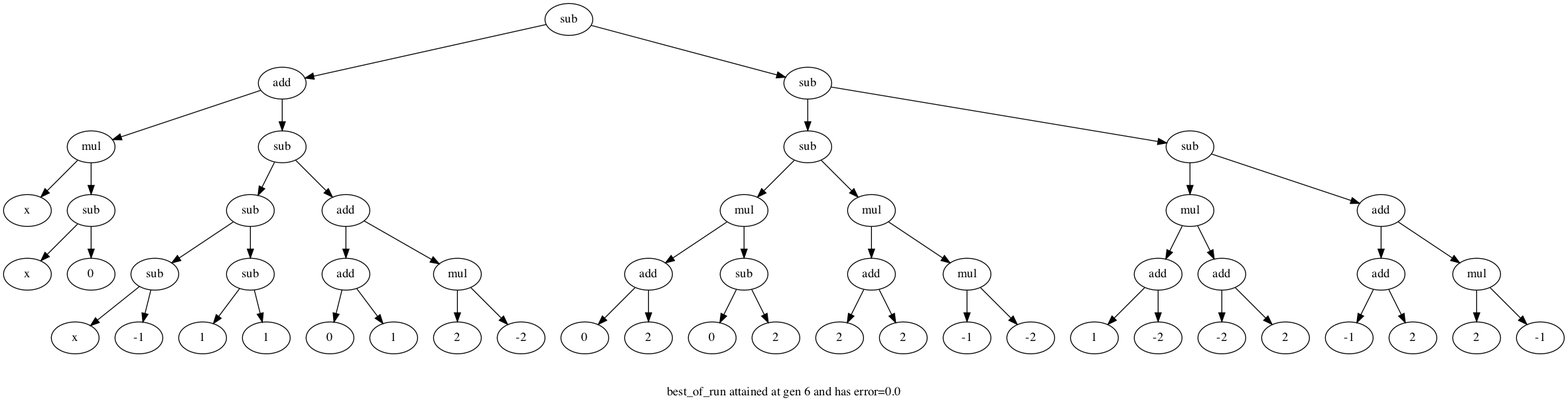
Above: best_of_run.gv.png in hyw1994/tiny_gp (Graphviz), before the change. Its source is kept beside it as best_of_run.gv.
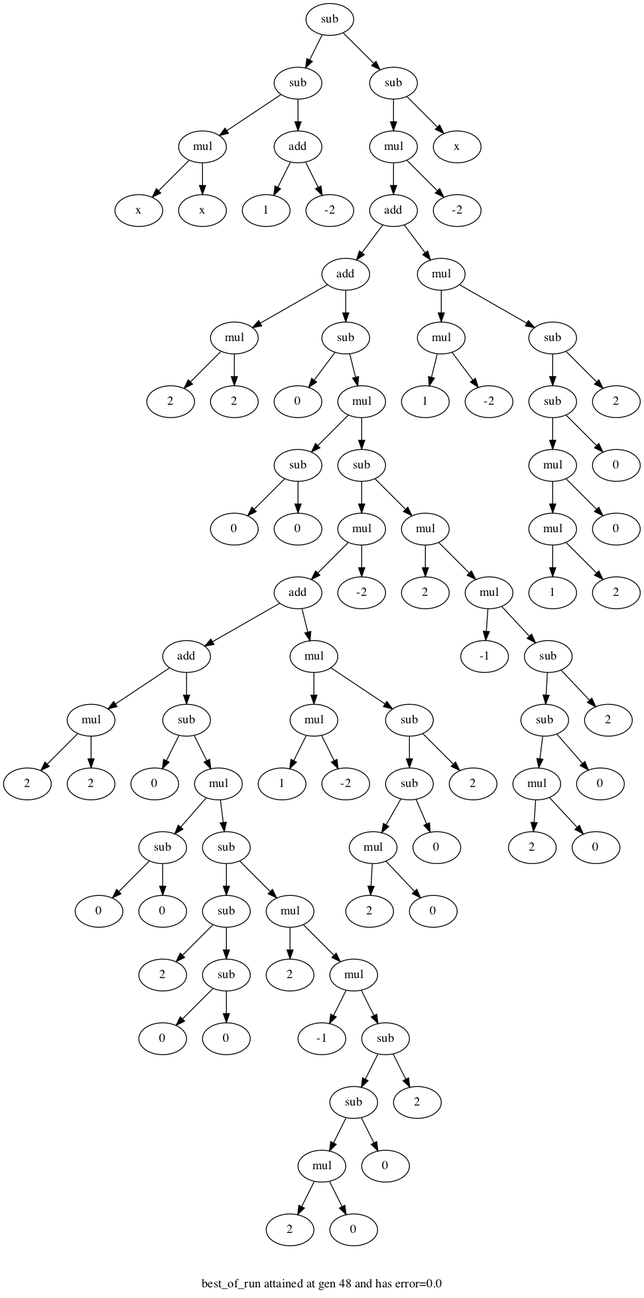
After the change.

The edit, as a diff of the source:
```diff
@@ -1,60 +1,60 @@
 digraph {
 	graph [label="
 
-best_of_run attained at gen 6 and has error=0.0"]
+best_of_run attained at gen 48 and has error=0.0"]
 	0 [label=sub]
 	0 -> 1
-	1 [label=add]
+	1 [label=sub]
 	1 -> 2
 	2 [label=mul]
 	2 -> 3
 	3 [label=x]
 	2 -> 4
-	4 [label=sub]
-	4 -> 5
-	5 [label=x]
-	4 -> 6
-	6 [label=0]
-	1 -> 7
-	7 [label=sub]
-	7 -> 8
+	4 [label=x]
+	1 -> 5
+	5 [label=add]
+	5 -> 6
+	6 [label=1]
+	5 -> 7
+	7 [label=-2]
+	0 -> 8
 	8 [label=sub]
 	8 -> 9
-	9 [label=sub]
+	9 [label=mul]
 	9 -> 10
-	10 [label=x]
-	9 -> 11
-	11 [label=-1]
-	8 -> 12
-	12 [label=sub]
+	10 [label=add]
+	10 -> 11
+	11 [label=add]
+	11 -> 12
+	12 [label=mul]
 	12 -> 13
-	13 [label=1]
+	13 [label=2]
 	12 -> 14
-	14 [label=1]
-	7 -> 15
-	15 [label=add]
+	14 [label=2]
+	11 -> 15
+	15 [label=sub]
 	15 -> 16
-	16 [label=add]
-	16 -> 17
-	17 [label=0]
-	16 -> 18
-	18 [label=1]
-	15 -> 19
-	19 [label=mul]
-	19 -> 20
-	20 [label=2]
-	19 -> 21
-	21 [label=-2]
-	0 -> 22
-	22 [label=sub]
+	16 [label=0]
+	15 -> 17
+	17 [label=mul]
+	17 -> 18
+	18 [label=sub]
+	18 -> 19
+	19 [label=0]
+	18 -> 20
+	20 [label=0]
+	17 -> 21
+	21 [label=sub]
+	21 -> 22
+	22 [label=mul]
 	22 -> 23
-	23 [label=sub]
+	23 [label=add]
 	23 -> 24
-	24 [label=mul]
+	24 [label=add]
 	24 -> 25
-	25 [label=add]
+	25 [label=mul]
 	25 -> 26
-	26 [label=0]
+	26 [label=2]
 	25 -> 27
 	27 [label=2]
 	24 -> 28
@@ -62,49 +62,121 @@
 	28 -> 29
 	29 [label=0]
 	28 -> 30
-	30 [label=2]
-	23 -> 31
-	31 [label=mul]
+	30 [label=mul]
+	30 -> 31
+	31 [label=sub]
 	31 -> 32
-	32 [label=add]
-	32 -> 33
-	33 [label=2]
-	32 -> 34
-	34 [label=2]
-	31 -> 35
-	35 [label=mul]
+	32 [label=0]
+	31 -> 33
+	33 [label=0]
+	30 -> 34
+	34 [label=sub]
+	34 -> 35
+	35 [label=sub]
 	35 -> 36
-	36 [label=-1]
+	36 [label=2]
 	35 -> 37
-	37 [label=-2]
-	22 -> 38
-	38 [label=sub]
-	38 -> 39
-	39 [label=mul]
-	39 -> 40
-	40 [label=add]
+	37 [label=sub]
+	37 -> 38
+	38 [label=0]
+	37 -> 39
+	39 [label=0]
+	34 -> 40
+	40 [label=mul]
 	40 -> 41
-	41 [label=1]
+	41 [label=2]
 	40 -> 42
-	42 [label=-2]
-	39 -> 43
-	43 [label=add]
-	43 -> 44
-	44 [label=-2]
-	43 -> 45
-	45 [label=2]
-	38 -> 46
-	46 [label=add]
+	42 [label=mul]
+	42 -> 43
+	43 [label=-1]
+	42 -> 44
+	44 [label=sub]
+	44 -> 45
+	45 [label=sub]
+	45 -> 46
+	46 [label=mul]
 	46 -> 47
-	47 [label=add]
-	47 -> 48
-	48 [label=-1]
-	47 -> 49
-	49 [label=2]
-	46 -> 50
-	50 [label=mul]
-	50 -> 51
-	51 [label=2]
-	50 -> 52
-	52 [label=-1]
+	47 [label=2]
+	46 -> 48
+	48 [label=0]
+	45 -> 49
+	49 [label=0]
+	44 -> 50
+	50 [label=2]
+	23 -> 51
+	51 [label=mul]
+	51 -> 52
+	52 [label=mul]
+	52 -> 53
+	53 [label=1]
+	52 -> 54
+	54 [label=-2]
+	51 -> 55
+	55 [label=sub]
+	55 -> 56
+	56 [label=sub]
+	56 -> 57
+	57 [label=mul]
+	57 -> 58
+	58 [label=2]
+	57 -> 59
+	59 [label=0]
+	56 -> 60
+	60 [label=0]
+	55 -> 61
+	61 [label=2]
+	22 -> 62
+	62 [label=-2]
+	21 -> 63
+	63 [label=mul]
+	63 -> 64
+	64 [label=2]
+	63 -> 65
+	65 [label=mul]
+	65 -> 66
+	66 [label=-1]
+	65 -> 67
+	67 [label=sub]
+	67 -> 68
+	68 [label=sub]
+	68 -> 69
+	69 [label=mul]
+	69 -> 70
+	70 [label=2]
+	69 -> 71
+	71 [label=0]
+	68 -> 72
+	72 [label=0]
+	67 -> 73
+	73 [label=2]
+	10 -> 74
+	74 [label=mul]
+	74 -> 75
+	75 [label=mul]
+	75 -> 76
+	76 [label=1]
+	75 -> 77
+	77 [label=-2]
+	74 -> 78
+	78 [label=sub]
+	78 -> 79
+	79 [label=sub]
+	79 -> 80
+	80 [label=mul]
+	80 -> 81
+	81 [label=mul]
+	81 -> 82
+	82 [label=1]
+	81 -> 83
+	83 [label=2]
+	80 -> 84
+	84 [label=0]
+	79 -> 85
+	85 [label=0]
+	78 -> 86
+	86 [label=2]
+	9 -> 87
+	87 [label=-2]
+	8 -> 88
+	88 [label=x]
 }
```
